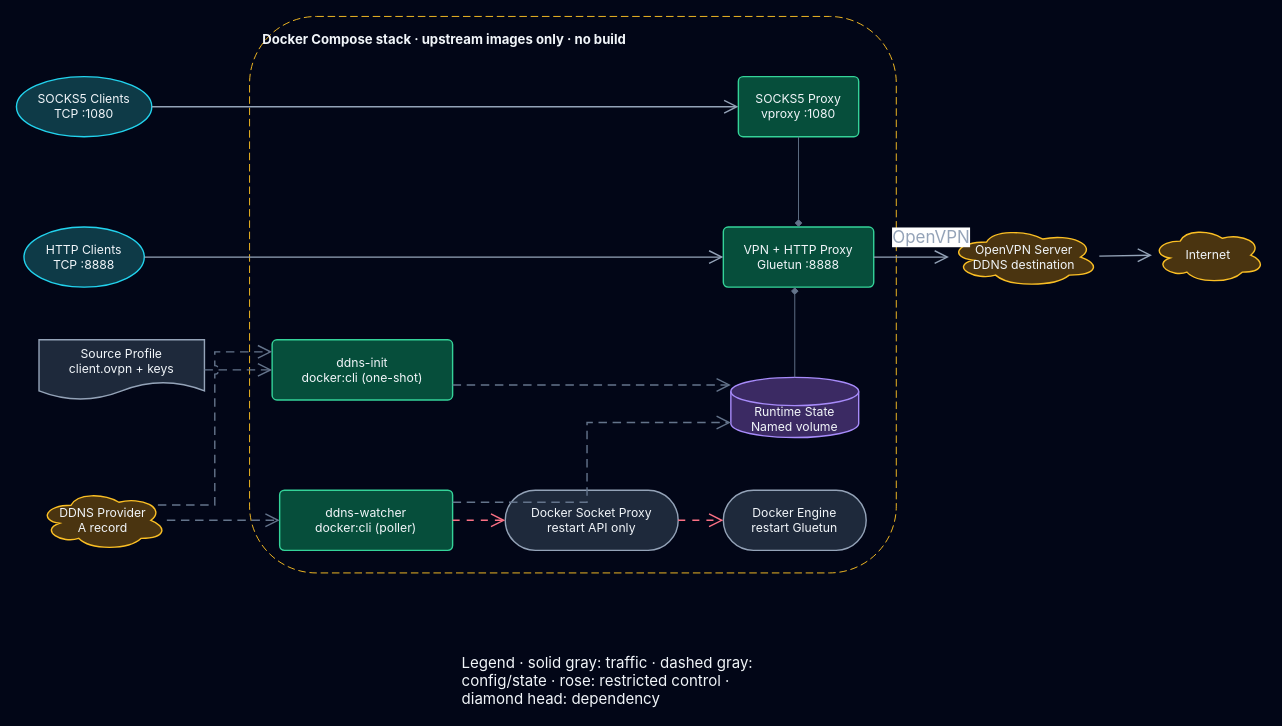
DF-wu/ddns-openvpn-proxy keeps this draw.io diagram as docs/assets/architecture.drawio. Above is the earlier version. Source tidied: cells renumbered, new cells numbered last; positions are measured from the earlier drawing's top-left corner, leaving out a move shared by most shapes. Both pictures are drawn from the tidied source at 94%, with x=0, y=0 at pixel (16, 16).
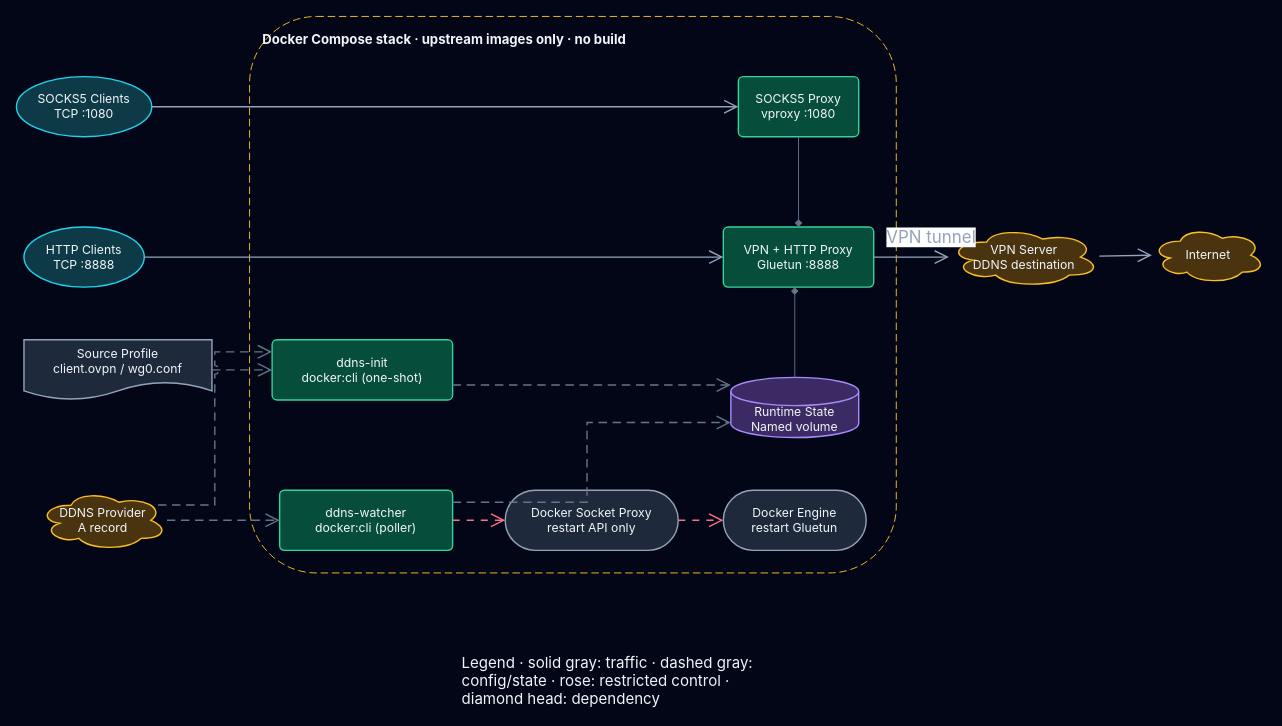
Above is the later version.

The change refers to these unchanged cells:
```xml
<mxCell id="28" style="edgeStyle=orthogonalEdgeStyle;rounded=0;jettySize=auto;html=1;strokeColor=#94A3B8;strokeWidth=1.5;endArrow=open;endFill=0;endSize=12;exitX=1;exitY=0.5;exitDx=0;exitDy=0;entryX=0;entryY=0.5;entryDx=0;entryDy=0;jumpStyle=arc;jumpSize=8;" parent="1" edge="1" source="11" target="14">
  <mxGeometry relative="1" as="geometry" />
</mxCell>
```

What changed in the source:
```diff
@@
-    <mxCell id="5" value="Source Profile&lt;br&gt;client.ovpn + keys" style="shape=document;boundedLbl=1;html=1;whiteSpace=wrap;fillColor=#1E293B;strokeColor=#94A3B8;strokeWidth=1.5;fontColor=#F1F5F9;fontSize=13;fontFamily=Inter, Roboto, system-ui, -apple-system, sans-serif;verticalAlign=middle;align=center;" parent="1" vertex="1">
-      <mxGeometry x="24" y="344" width="176" height="64" as="geometry" />
+    <mxCell id="5" value="Source Profile&lt;br&gt;client.ovpn / wg0.conf" style="shape=document;boundedLbl=1;html=1;whiteSpace=wrap;fillColor=#1E293B;strokeColor=#94A3B8;strokeWidth=1.5;fontColor=#F1F5F9;fontSize=13;fontFamily=Inter, Roboto, system-ui, -apple-system, sans-serif;verticalAlign=middle;align=center;" parent="1" vertex="1">
+      <mxGeometry x="8" y="344" width="200" height="64" as="geometry" />
     </mxCell>
@@
-    <mxCell id="14" value="OpenVPN Server&lt;br&gt;DDNS destination" style="ellipse;shape=cloud;html=1;whiteSpace=wrap;fillColor=#4A3410;strokeColor=#FBBF24;strokeWidth=1.5;fontColor=#F1F5F9;fontSize=13;fontFamily=Inter, Roboto, system-ui, -apple-system, sans-serif;verticalAlign=middle;align=center;" parent="1" vertex="1">
+    <mxCell id="14" value="VPN Server&lt;br&gt;DDNS destination" style="ellipse;shape=cloud;html=1;whiteSpace=wrap;fillColor=#4A3410;strokeColor=#FBBF24;strokeWidth=1.5;fontColor=#F1F5F9;fontSize=13;fontFamily=Inter, Roboto, system-ui, -apple-system, sans-serif;verticalAlign=middle;align=center;" parent="1" vertex="1">
       <mxGeometry x="992" y="224" width="160" height="64" as="geometry" />
     </mxCell>
@@
-    <mxCell id="29" value="OpenVPN" style="edgeLabel;html=1;align=center;verticalAlign=middle;fontSize=18;fontColor=#94A3B8;fontFamily=Inter, Roboto, system-ui, -apple-system, sans-serif;" parent="28" vertex="1">
+    <mxCell id="29" value="VPN tunnel" style="edgeLabel;html=1;align=center;verticalAlign=middle;fontSize=18;fontColor=#94A3B8;fontFamily=Inter, Roboto, system-ui, -apple-system, sans-serif;" parent="28" vertex="1">
       <mxGeometry x="0.5" relative="1" as="geometry">
         <mxPoint y="-22" as="offset" />
       </mxGeometry>
     </mxCell>
```
